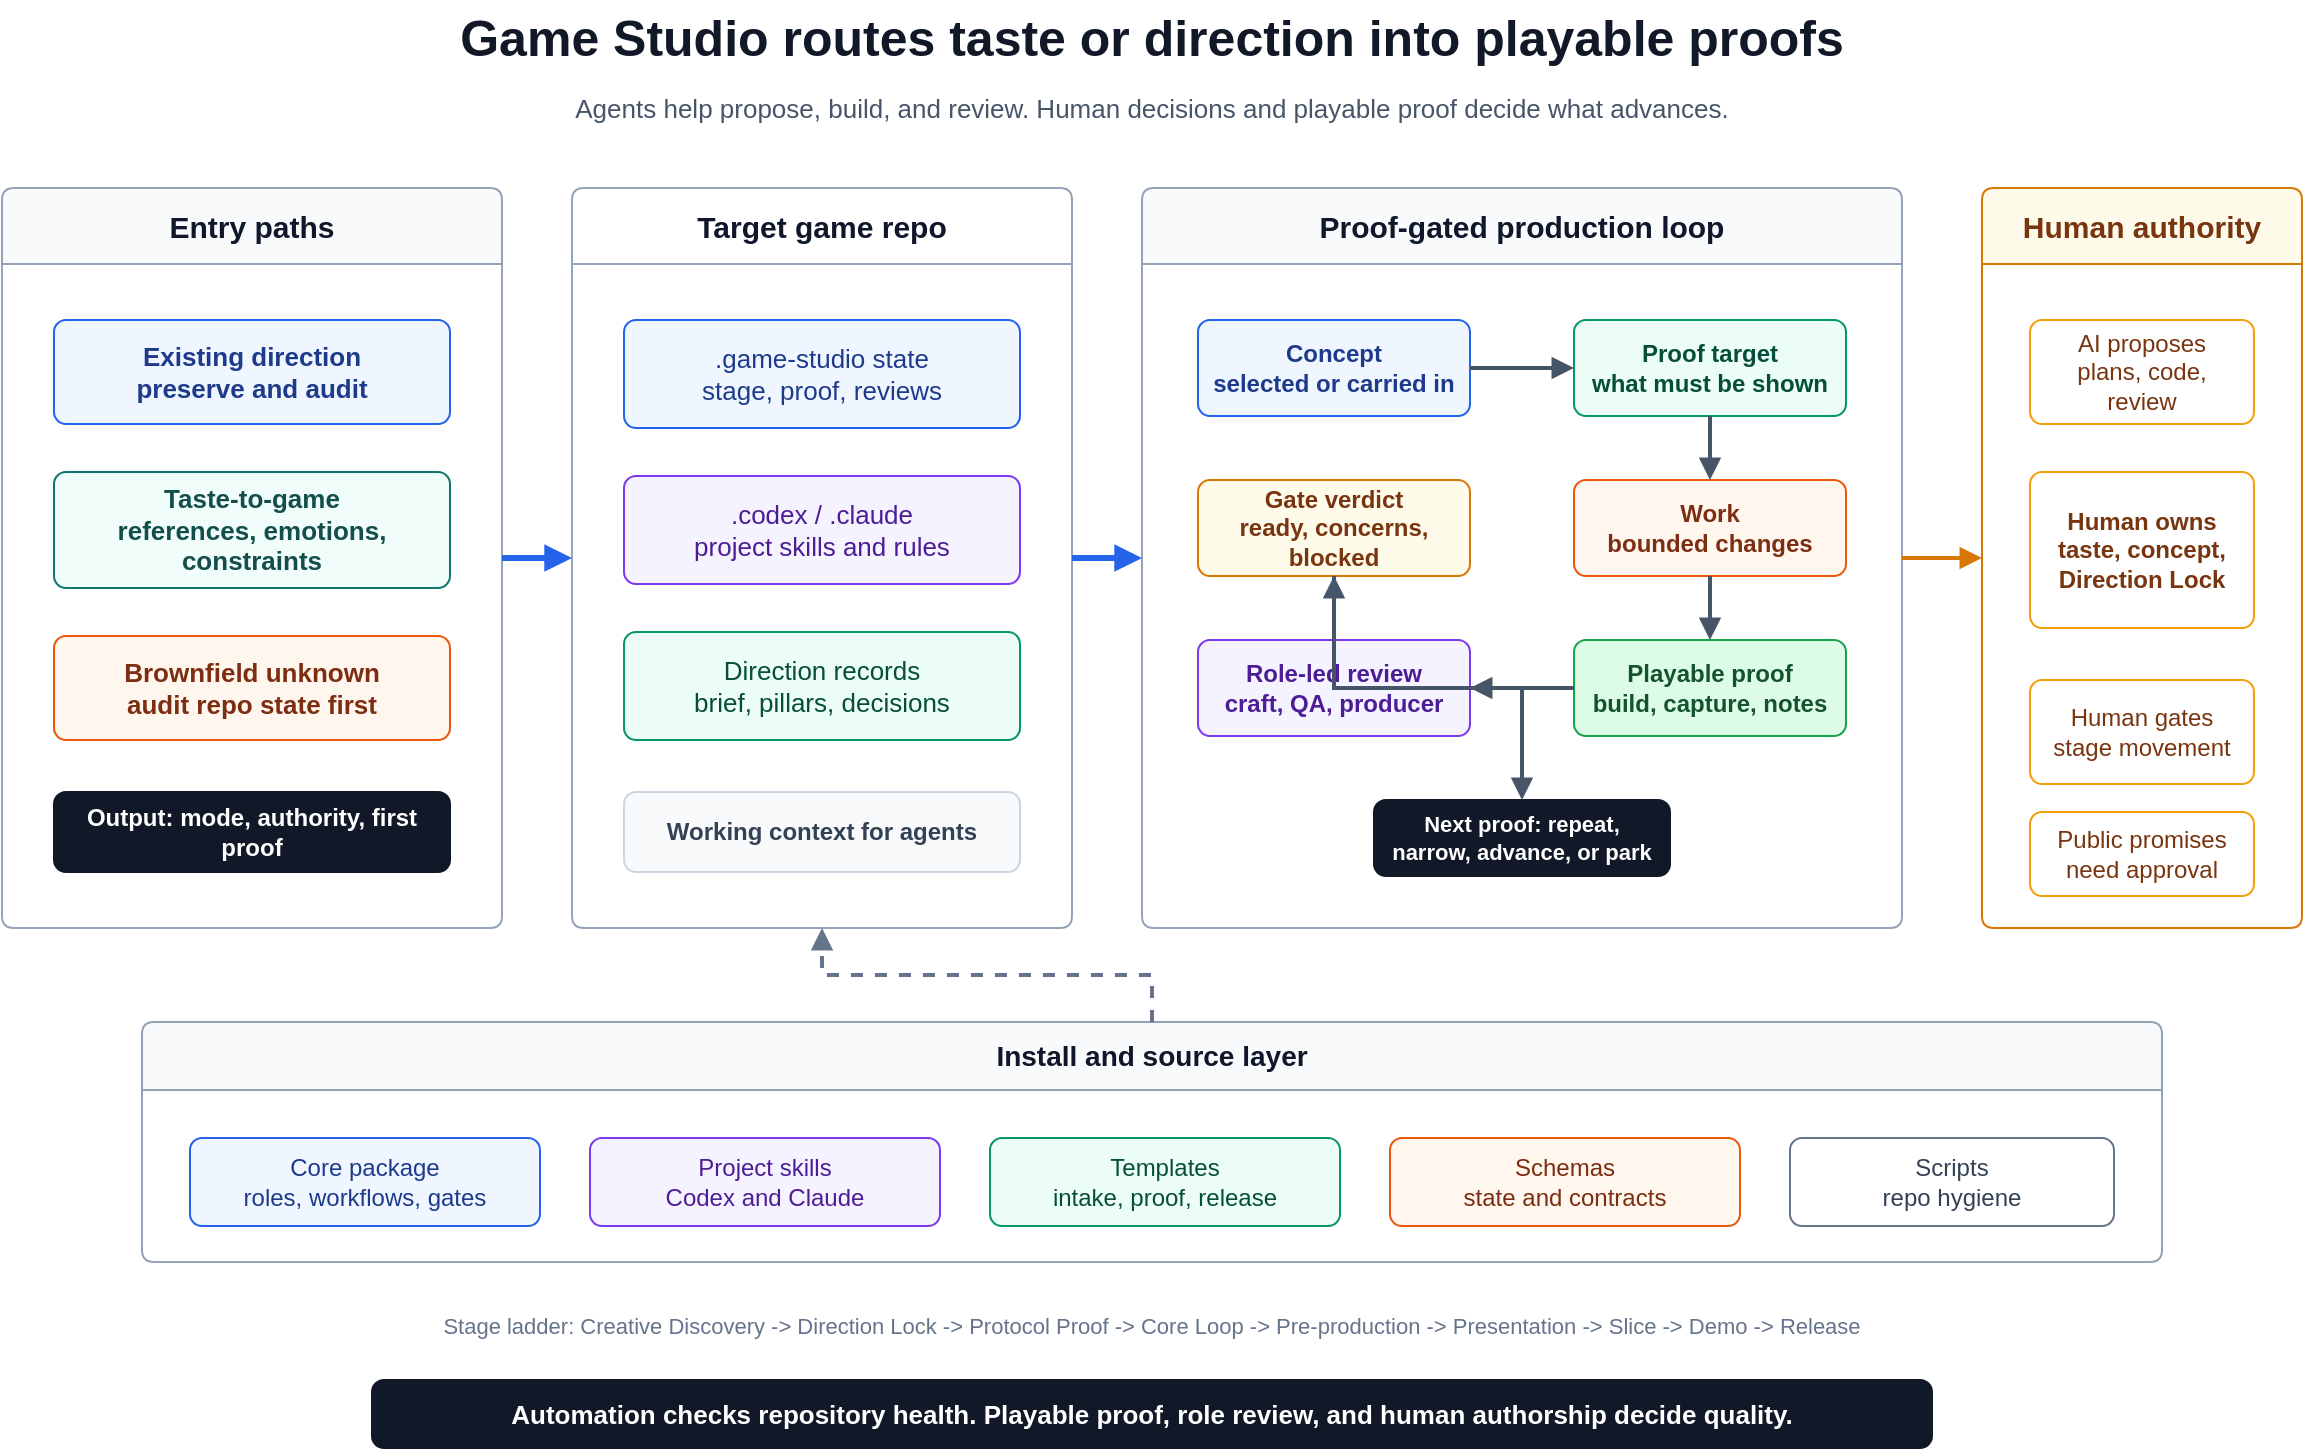
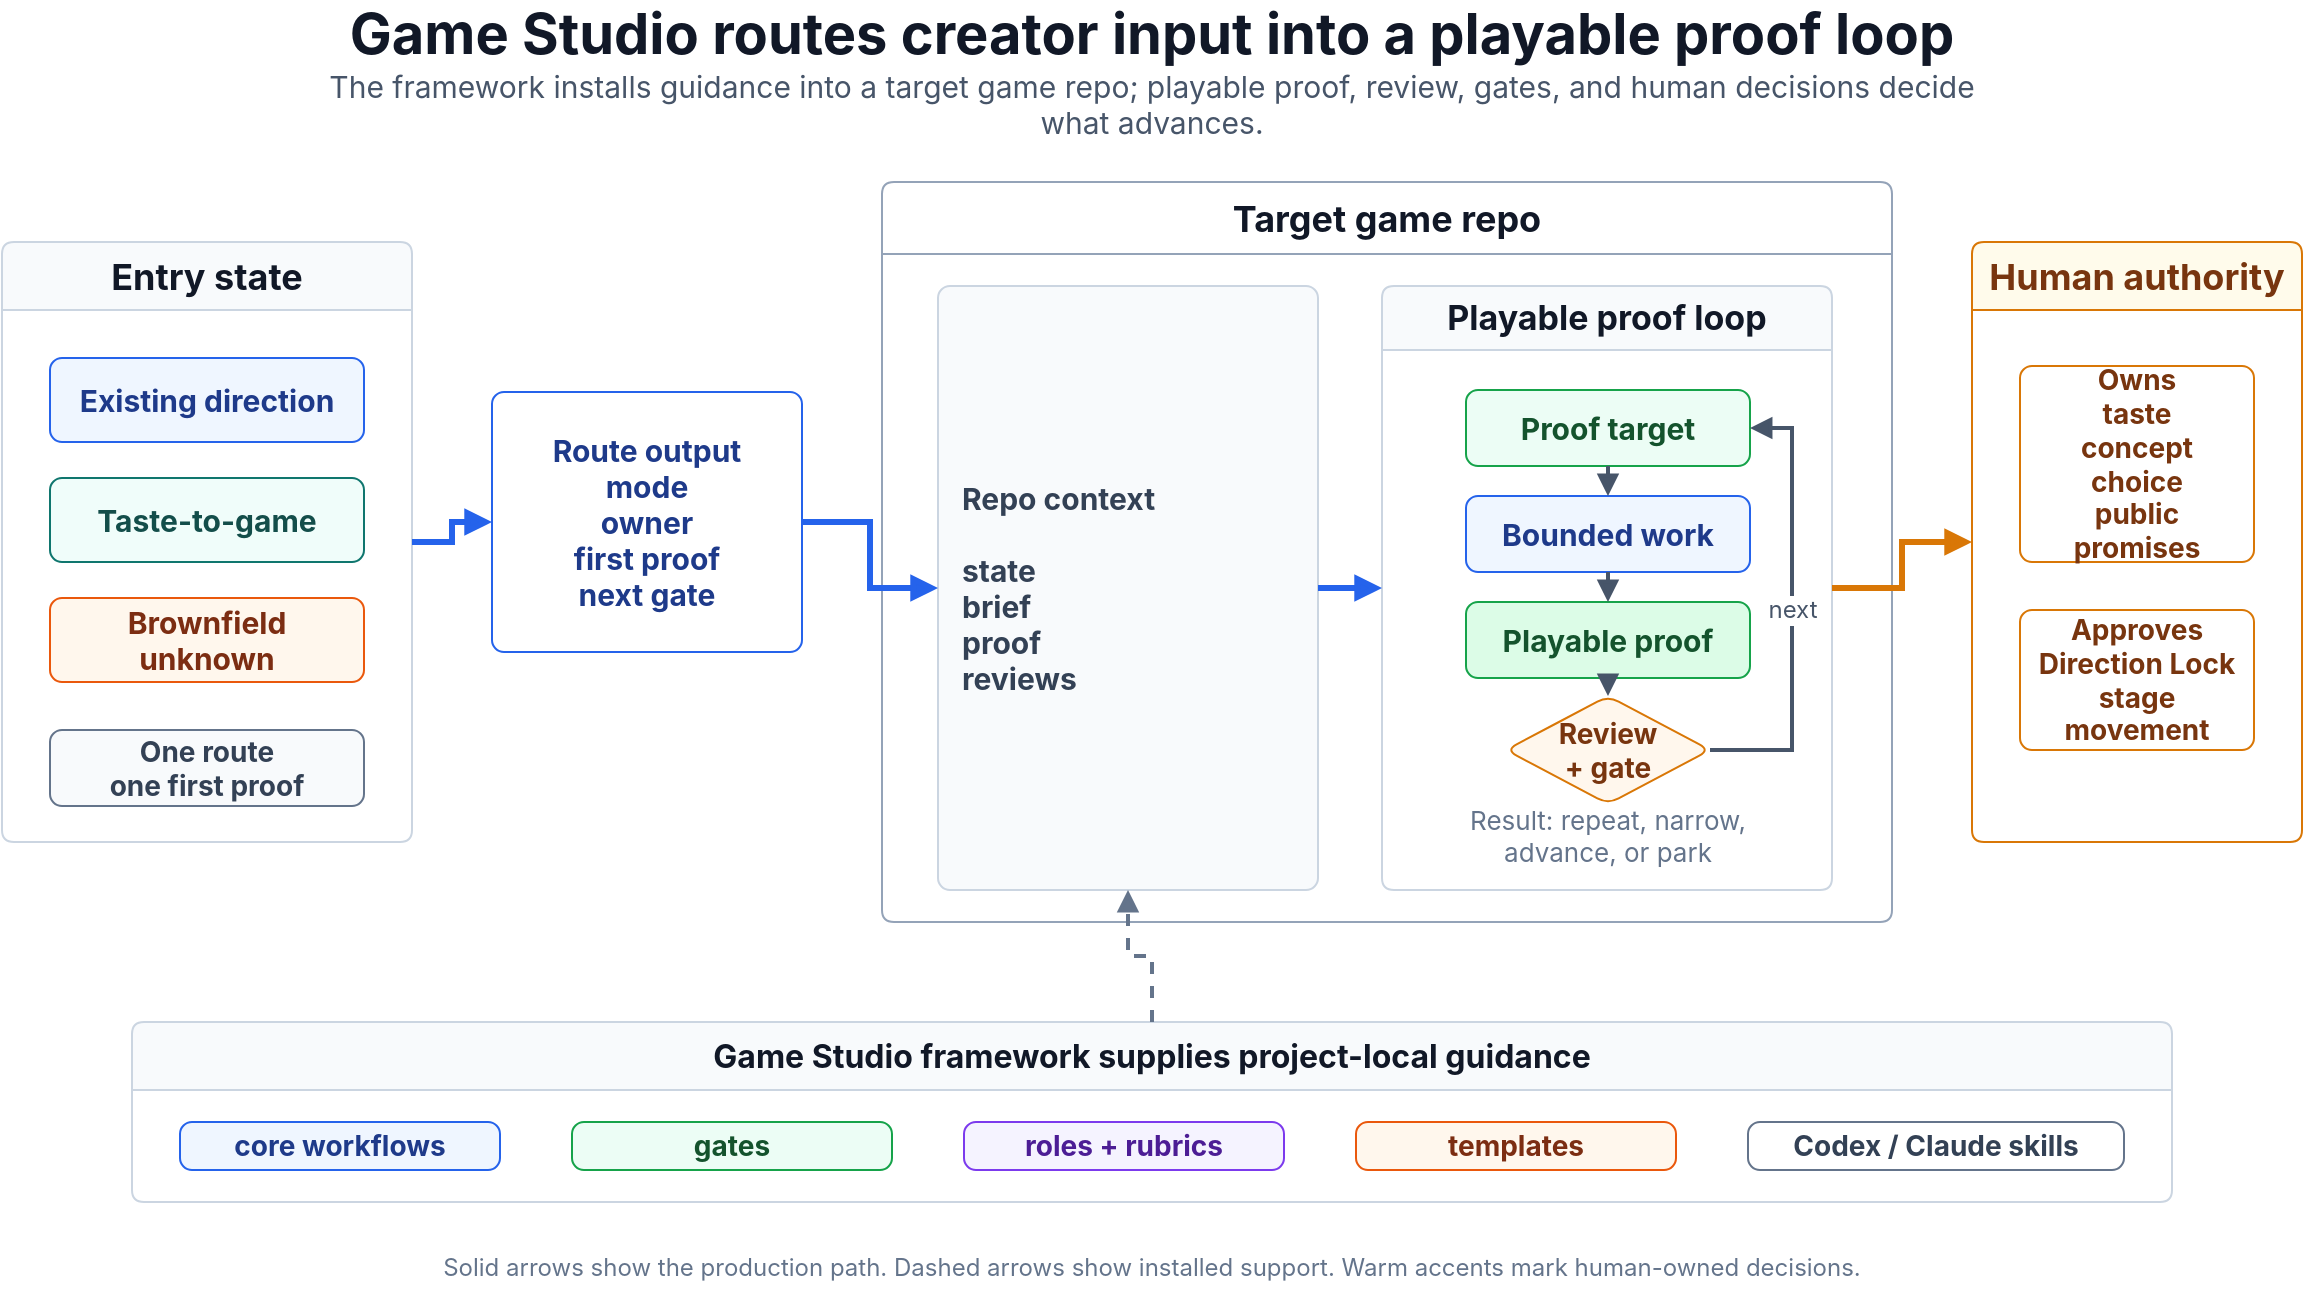
<mxfile host="app.diagrams.net" modified="2026-05-05T00:00:00.000Z" agent="Codex" version="24.7.17" type="device">
  <diagram id="game-studio-system-map" name="Game Studio system map">
-     <mxGraphModel dx="1240" dy="760" grid="1" gridSize="10" guides="1" tooltips="1" connect="1" arrows="1" fold="1" page="1" pageScale="1" pageWidth="1240" pageHeight="760" math="0" shadow="0" adaptiveColors="auto">
+     <mxGraphModel dx="1240" dy="690" grid="1" gridSize="10" guides="1" tooltips="1" connect="1" arrows="1" fold="1" page="1" pageScale="1" pageWidth="1240" pageHeight="690" math="0" shadow="0" adaptiveColors="auto">
      <root>
        <mxCell id="0" />
        <mxCell id="1" parent="0" />
-         <mxCell id="title" value="Game Studio routes taste or direction into playable proofs" style="text;html=1;strokeColor=none;fillColor=none;align=center;verticalAlign=middle;whiteSpace=wrap;rounded=0;fontSize=25;fontStyle=1;fontColor=#111827;" vertex="1" parent="1">
-           <mxGeometry x="80" y="24" width="1080" height="36" as="geometry" />
+         <mxCell id="title" value="Game Studio routes creator input into a playable proof loop" style="text;html=1;fontFamily=Inter,Helvetica,Arial;strokeColor=none;fillColor=none;align=center;verticalAlign=middle;whiteSpace=wrap;rounded=0;fontSize=28;fontStyle=1;fontColor=#111827;" vertex="1" parent="1">
+           <mxGeometry x="80" y="24" width="1080" height="34" as="geometry" />
        </mxCell>
-         <mxCell id="subtitle" value="Agents help propose, build, and review. Human decisions and playable proof decide what advances." style="text;html=1;strokeColor=none;fillColor=none;align=center;verticalAlign=middle;whiteSpace=wrap;rounded=0;fontSize=13;fontColor=#475569;" vertex="1" parent="1">
-           <mxGeometry x="210" y="64" width="820" height="28" as="geometry" />
+         <mxCell id="subtitle" value="The framework installs guidance into a target game repo; playable proof, review, gates, and human decisions decide what advances." style="text;html=1;fontFamily=Inter,Helvetica,Arial;strokeColor=none;fillColor=none;align=center;verticalAlign=middle;whiteSpace=wrap;rounded=0;fontSize=15;fontColor=#475569;" vertex="1" parent="1">
+           <mxGeometry x="190" y="62" width="860" height="28" as="geometry" />
        </mxCell>
-         <mxCell id="entry-zone" value="Entry paths" style="swimlane;html=1;rounded=1;absoluteArcSize=1;arcSize=12;spacing=8;startSize=38;whiteSpace=wrap;container=1;collapsible=0;recursiveResize=0;fillColor=#F8FAFC;strokeColor=#94A3B8;fontStyle=1;fontSize=15;fontColor=#0F172A;" vertex="1" parent="1">
-           <mxGeometry x="45" y="118" width="250" height="370" as="geometry" />
+         <mxCell id="entry-zone" value="Entry state" style="swimlane;html=1;fontFamily=Inter,Helvetica,Arial;rounded=1;absoluteArcSize=1;arcSize=12;spacing=8;startSize=34;whiteSpace=wrap;container=1;collapsible=0;recursiveResize=0;fillColor=#F8FAFC;strokeColor=#CBD5E1;fontStyle=1;fontSize=18;fontColor=#111827;" vertex="1" parent="1">
+           <mxGeometry x="45" y="145" width="205" height="300" as="geometry" />
        </mxCell>
-         <mxCell id="entry-direction" value="Existing direction&#xa;preserve and audit" style="rounded=1;absoluteArcSize=1;arcSize=12;whiteSpace=wrap;html=1;spacing=8;fillColor=#EFF6FF;strokeColor=#2563EB;fontColor=#1E3A8A;fontSize=13;fontStyle=1;" vertex="1" parent="entry-zone">
-           <mxGeometry x="26" y="66" width="198" height="52" as="geometry" />
+         <mxCell id="entry-direction" value="Existing direction" style="rounded=1;absoluteArcSize=1;arcSize=12;whiteSpace=wrap;html=1;fontFamily=Inter,Helvetica,Arial;spacing=8;fillColor=#EFF6FF;strokeColor=#2563EB;fontColor=#1E3A8A;fontSize=15;fontStyle=1;" vertex="1" parent="entry-zone">
+           <mxGeometry x="24" y="58" width="157" height="42" as="geometry" />
        </mxCell>
-         <mxCell id="entry-taste" value="Taste-to-game&#xa;references, emotions, constraints" style="rounded=1;absoluteArcSize=1;arcSize=12;whiteSpace=wrap;html=1;spacing=8;fillColor=#F0FDFA;strokeColor=#0F766E;fontColor=#134E4A;fontSize=13;fontStyle=1;" vertex="1" parent="entry-zone">
-           <mxGeometry x="26" y="142" width="198" height="58" as="geometry" />
+         <mxCell id="entry-taste" value="Taste-to-game" style="rounded=1;absoluteArcSize=1;arcSize=12;whiteSpace=wrap;html=1;fontFamily=Inter,Helvetica,Arial;spacing=8;fillColor=#F0FDFA;strokeColor=#0F766E;fontColor=#134E4A;fontSize=15;fontStyle=1;" vertex="1" parent="entry-zone">
+           <mxGeometry x="24" y="118" width="157" height="42" as="geometry" />
        </mxCell>
-         <mxCell id="entry-brownfield" value="Brownfield unknown&#xa;audit repo state first" style="rounded=1;absoluteArcSize=1;arcSize=12;whiteSpace=wrap;html=1;spacing=8;fillColor=#FFF7ED;strokeColor=#EA580C;fontColor=#7C2D12;fontSize=13;fontStyle=1;" vertex="1" parent="entry-zone">
-           <mxGeometry x="26" y="224" width="198" height="52" as="geometry" />
+         <mxCell id="entry-brownfield" value="Brownfield unknown" style="rounded=1;absoluteArcSize=1;arcSize=12;whiteSpace=wrap;html=1;fontFamily=Inter,Helvetica,Arial;spacing=8;fillColor=#FFF7ED;strokeColor=#EA580C;fontColor=#7C2D12;fontSize=15;fontStyle=1;" vertex="1" parent="entry-zone">
+           <mxGeometry x="24" y="178" width="157" height="42" as="geometry" />
        </mxCell>
-         <mxCell id="entry-output" value="Output: mode, authority, first proof" style="rounded=1;absoluteArcSize=1;arcSize=12;whiteSpace=wrap;html=1;spacing=8;fillColor=#111827;strokeColor=#111827;fontColor=#FFFFFF;fontSize=12;fontStyle=1;align=center;" vertex="1" parent="entry-zone">
-           <mxGeometry x="26" y="302" width="198" height="40" as="geometry" />
+         <mxCell id="entry-note" value="One route&#xa;one first proof" style="rounded=1;absoluteArcSize=1;arcSize=12;whiteSpace=wrap;html=1;fontFamily=Inter,Helvetica,Arial;spacing=8;fillColor=#F8FAFC;strokeColor=#64748B;fontColor=#334155;fontSize=14;fontStyle=1;align=center;" vertex="1" parent="entry-zone">
+           <mxGeometry x="24" y="244" width="157" height="38" as="geometry" />
        </mxCell>
-         <mxCell id="repo-zone" value="Target game repo" style="swimlane;html=1;rounded=1;absoluteArcSize=1;arcSize=12;spacing=8;startSize=38;whiteSpace=wrap;container=1;collapsible=0;recursiveResize=0;fillColor=#FFFFFF;strokeColor=#94A3B8;fontStyle=1;fontSize=15;fontColor=#0F172A;" vertex="1" parent="1">
-           <mxGeometry x="330" y="118" width="250" height="370" as="geometry" />
+         <mxCell id="route-card" value="Route output&#xa;mode&#xa;owner&#xa;first proof&#xa;next gate" style="rounded=1;absoluteArcSize=1;arcSize=12;whiteSpace=wrap;html=1;fontFamily=Inter,Helvetica,Arial;spacing=10;fillColor=#FFFFFF;strokeColor=#2563EB;fontColor=#1E3A8A;fontSize=15;fontStyle=1;align=center;verticalAlign=middle;" vertex="1" parent="1">
+           <mxGeometry x="290" y="220" width="155" height="130" as="geometry" />
        </mxCell>
-         <mxCell id="repo-state-main" value=".game-studio state&#xa;stage, proof, reviews" style="rounded=1;absoluteArcSize=1;arcSize=12;whiteSpace=wrap;html=1;spacing=8;fillColor=#EFF6FF;strokeColor=#2563EB;fontColor=#1E3A8A;fontSize=13;" vertex="1" parent="repo-zone">
-           <mxGeometry x="26" y="66" width="198" height="54" as="geometry" />
+         <mxCell id="repo-zone" value="Target game repo" style="swimlane;html=1;fontFamily=Inter,Helvetica,Arial;rounded=1;absoluteArcSize=1;arcSize=12;spacing=8;startSize=36;whiteSpace=wrap;container=1;collapsible=0;recursiveResize=0;fillColor=#FFFFFF;strokeColor=#94A3B8;fontStyle=1;fontSize=18;fontColor=#111827;" vertex="1" parent="1">
+           <mxGeometry x="485" y="115" width="505" height="370" as="geometry" />
        </mxCell>
-         <mxCell id="repo-agents" value=".codex / .claude&#xa;project skills and rules" style="rounded=1;absoluteArcSize=1;arcSize=12;whiteSpace=wrap;html=1;spacing=8;fillColor=#F5F3FF;strokeColor=#7C3AED;fontColor=#4C1D95;fontSize=13;" vertex="1" parent="repo-zone">
-           <mxGeometry x="26" y="144" width="198" height="54" as="geometry" />
+         <mxCell id="context-card" value="Repo context&#xa;&#xa;state&#xa;brief&#xa;proof&#xa;reviews" style="rounded=1;absoluteArcSize=1;arcSize=12;whiteSpace=wrap;html=1;fontFamily=Inter,Helvetica,Arial;spacing=12;fillColor=#F8FAFC;strokeColor=#CBD5E1;fontColor=#334155;fontSize=15;align=left;verticalAlign=middle;fontStyle=1;" vertex="1" parent="repo-zone">
+           <mxGeometry x="28" y="52" width="190" height="302" as="geometry" />
        </mxCell>
-         <mxCell id="repo-direction" value="Direction records&#xa;brief, pillars, decisions" style="rounded=1;absoluteArcSize=1;arcSize=12;whiteSpace=wrap;html=1;spacing=8;fillColor=#ECFDF5;strokeColor=#059669;fontColor=#064E3B;fontSize=13;" vertex="1" parent="repo-zone">
-           <mxGeometry x="26" y="222" width="198" height="54" as="geometry" />
+         <mxCell id="loop-zone" value="Playable proof loop" style="swimlane;html=1;fontFamily=Inter,Helvetica,Arial;rounded=1;absoluteArcSize=1;arcSize=12;spacing=8;startSize=32;whiteSpace=wrap;container=1;collapsible=0;recursiveResize=0;fillColor=#F8FAFC;strokeColor=#CBD5E1;fontStyle=1;fontSize=17;fontColor=#111827;" vertex="1" parent="repo-zone">
+           <mxGeometry x="250" y="52" width="225" height="302" as="geometry" />
        </mxCell>
-         <mxCell id="repo-output-main" value="Working context for agents" style="rounded=1;absoluteArcSize=1;arcSize=12;whiteSpace=wrap;html=1;spacing=8;fillColor=#F8FAFC;strokeColor=#CBD5E1;fontColor=#334155;fontSize=12;fontStyle=1;align=center;" vertex="1" parent="repo-zone">
-           <mxGeometry x="26" y="302" width="198" height="40" as="geometry" />
+         <mxCell id="loop-target" value="Proof target" style="rounded=1;absoluteArcSize=1;arcSize=12;whiteSpace=wrap;html=1;fontFamily=Inter,Helvetica,Arial;spacing=8;fillColor=#ECFDF5;strokeColor=#16A34A;fontColor=#14532D;fontSize=15;fontStyle=1;align=center;" vertex="1" parent="loop-zone">
+           <mxGeometry x="42" y="52" width="142" height="38" as="geometry" />
        </mxCell>
-         <mxCell id="loop-zone" value="Proof-gated production loop" style="swimlane;html=1;rounded=1;absoluteArcSize=1;arcSize=12;spacing=8;startSize=38;whiteSpace=wrap;container=1;collapsible=0;recursiveResize=0;fillColor=#F8FAFC;strokeColor=#94A3B8;fontStyle=1;fontSize=15;fontColor=#0F172A;" vertex="1" parent="1">
-           <mxGeometry x="615" y="118" width="380" height="370" as="geometry" />
+         <mxCell id="loop-work" value="Bounded work" style="rounded=1;absoluteArcSize=1;arcSize=12;whiteSpace=wrap;html=1;fontFamily=Inter,Helvetica,Arial;spacing=8;fillColor=#EFF6FF;strokeColor=#2563EB;fontColor=#1E3A8A;fontSize=15;fontStyle=1;align=center;" vertex="1" parent="loop-zone">
+           <mxGeometry x="42" y="105" width="142" height="38" as="geometry" />
        </mxCell>
-         <mxCell id="loop-concept" value="Concept&#xa;selected or carried in" style="rounded=1;absoluteArcSize=1;arcSize=12;whiteSpace=wrap;html=1;spacing=8;fillColor=#EFF6FF;strokeColor=#2563EB;fontColor=#1E3A8A;fontSize=12;fontStyle=1;" vertex="1" parent="loop-zone">
-           <mxGeometry x="28" y="66" width="136" height="48" as="geometry" />
+         <mxCell id="loop-proof" value="Playable proof" style="rounded=1;absoluteArcSize=1;arcSize=12;whiteSpace=wrap;html=1;fontFamily=Inter,Helvetica,Arial;spacing=8;fillColor=#DCFCE7;strokeColor=#16A34A;fontColor=#14532D;fontSize=15;fontStyle=1;align=center;" vertex="1" parent="loop-zone">
+           <mxGeometry x="42" y="158" width="142" height="38" as="geometry" />
        </mxCell>
-         <mxCell id="loop-target" value="Proof target&#xa;what must be shown" style="rounded=1;absoluteArcSize=1;arcSize=12;whiteSpace=wrap;html=1;spacing=8;fillColor=#ECFDF5;strokeColor=#059669;fontColor=#064E3B;fontSize=12;fontStyle=1;" vertex="1" parent="loop-zone">
-           <mxGeometry x="216" y="66" width="136" height="48" as="geometry" />
+         <mxCell id="loop-review" value="Review&#xa;+ gate" style="rhombus;rounded=1;absoluteArcSize=1;arcSize=12;whiteSpace=wrap;html=1;fontFamily=Inter,Helvetica,Arial;spacing=8;fillColor=#FFF7ED;strokeColor=#D97706;fontColor=#78350F;fontSize=14;fontStyle=1;align=center;" vertex="1" parent="loop-zone">
+           <mxGeometry x="62" y="205" width="102" height="54" as="geometry" />
        </mxCell>
-         <mxCell id="loop-work" value="Work&#xa;bounded changes" style="rounded=1;absoluteArcSize=1;arcSize=12;whiteSpace=wrap;html=1;spacing=8;fillColor=#FFF7ED;strokeColor=#EA580C;fontColor=#7C2D12;fontSize=12;fontStyle=1;" vertex="1" parent="loop-zone">
-           <mxGeometry x="216" y="146" width="136" height="48" as="geometry" />
+         <mxCell id="loop-caption" value="Result: repeat, narrow, advance, or park" style="text;html=1;fontFamily=Inter,Helvetica,Arial;strokeColor=none;fillColor=none;align=center;verticalAlign=middle;whiteSpace=wrap;rounded=0;fontSize=13;fontColor=#64748B;" vertex="1" parent="loop-zone">
+           <mxGeometry x="26" y="266" width="174" height="18" as="geometry" />
        </mxCell>
-         <mxCell id="loop-playable" value="Playable proof&#xa;build, capture, notes" style="rounded=1;absoluteArcSize=1;arcSize=12;whiteSpace=wrap;html=1;spacing=8;fillColor=#DCFCE7;strokeColor=#16A34A;fontColor=#14532D;fontSize=12;fontStyle=1;" vertex="1" parent="loop-zone">
-           <mxGeometry x="216" y="226" width="136" height="48" as="geometry" />
+         <mxCell id="human-zone" value="Human authority" style="swimlane;html=1;fontFamily=Inter,Helvetica,Arial;rounded=1;absoluteArcSize=1;arcSize=12;spacing=8;startSize=34;whiteSpace=wrap;container=1;collapsible=0;recursiveResize=0;fillColor=#FFFBEB;strokeColor=#D97706;fontStyle=1;fontSize=18;fontColor=#78350F;" vertex="1" parent="1">
+           <mxGeometry x="1030" y="145" width="165" height="300" as="geometry" />
        </mxCell>
-         <mxCell id="loop-review" value="Role-led review&#xa;craft, QA, producer" style="rounded=1;absoluteArcSize=1;arcSize=12;whiteSpace=wrap;html=1;spacing=8;fillColor=#F5F3FF;strokeColor=#7C3AED;fontColor=#4C1D95;fontSize=12;fontStyle=1;" vertex="1" parent="loop-zone">
-           <mxGeometry x="28" y="226" width="136" height="48" as="geometry" />
+         <mxCell id="human-owns" value="Owns&#xa;taste&#xa;concept choice&#xa;public promises" style="rounded=1;absoluteArcSize=1;arcSize=12;whiteSpace=wrap;html=1;fontFamily=Inter,Helvetica,Arial;spacing=8;fillColor=#FFFFFF;strokeColor=#D97706;fontColor=#78350F;fontSize=14;fontStyle=1;align=center;" vertex="1" parent="human-zone">
+           <mxGeometry x="24" y="62" width="117" height="98" as="geometry" />
        </mxCell>
-         <mxCell id="loop-gate" value="Gate verdict&#xa;ready, concerns, blocked" style="rounded=1;absoluteArcSize=1;arcSize=12;whiteSpace=wrap;html=1;spacing=8;fillColor=#FFFBEB;strokeColor=#D97706;fontColor=#78350F;fontSize=12;fontStyle=1;" vertex="1" parent="loop-zone">
-           <mxGeometry x="28" y="146" width="136" height="48" as="geometry" />
+         <mxCell id="human-stage" value="Approves&#xa;Direction Lock&#xa;stage movement" style="rounded=1;absoluteArcSize=1;arcSize=12;whiteSpace=wrap;html=1;fontFamily=Inter,Helvetica,Arial;spacing=8;fillColor=#FFFFFF;strokeColor=#D97706;fontColor=#78350F;fontSize=14;fontStyle=1;align=center;" vertex="1" parent="human-zone">
+           <mxGeometry x="24" y="184" width="117" height="70" as="geometry" />
        </mxCell>
-         <mxCell id="loop-next" value="Next proof: repeat, narrow, advance, or park" style="rounded=1;absoluteArcSize=1;arcSize=12;whiteSpace=wrap;html=1;spacing=8;fillColor=#111827;strokeColor=#111827;fontColor=#FFFFFF;fontSize=11;fontStyle=1;align=center;" vertex="1" parent="loop-zone">
-           <mxGeometry x="116" y="306" width="148" height="38" as="geometry" />
+         <mxCell id="framework-zone" value="Game Studio framework supplies project-local guidance" style="swimlane;html=1;fontFamily=Inter,Helvetica,Arial;rounded=1;absoluteArcSize=1;arcSize=12;spacing=8;startSize=34;whiteSpace=wrap;container=1;collapsible=0;recursiveResize=0;fillColor=#F8FAFC;strokeColor=#CBD5E1;fontStyle=1;fontSize=16;fontColor=#111827;" vertex="1" parent="1">
+           <mxGeometry x="110" y="535" width="1020" height="90" as="geometry" />
        </mxCell>
-         <mxCell id="authority-zone" value="Human authority" style="swimlane;html=1;rounded=1;absoluteArcSize=1;arcSize=12;spacing=8;startSize=38;whiteSpace=wrap;container=1;collapsible=0;recursiveResize=0;fillColor=#FFFBEB;strokeColor=#D97706;fontStyle=1;fontSize=15;fontColor=#78350F;" vertex="1" parent="1">
-           <mxGeometry x="1035" y="118" width="160" height="370" as="geometry" />
+         <mxCell id="framework-workflows" value="core workflows" style="rounded=1;absoluteArcSize=1;arcSize=12;whiteSpace=wrap;html=1;fontFamily=Inter,Helvetica,Arial;spacing=8;fillColor=#EFF6FF;strokeColor=#2563EB;fontColor=#1E3A8A;fontSize=14;fontStyle=1;align=center;" vertex="1" parent="framework-zone">
+           <mxGeometry x="24" y="50" width="160" height="24" as="geometry" />
        </mxCell>
-         <mxCell id="authority-agent" value="AI proposes&#xa;plans, code, review" style="rounded=1;absoluteArcSize=1;arcSize=12;whiteSpace=wrap;html=1;spacing=8;fillColor=#FFFFFF;strokeColor=#F59E0B;fontColor=#78350F;fontSize=12;" vertex="1" parent="authority-zone">
-           <mxGeometry x="24" y="66" width="112" height="52" as="geometry" />
+         <mxCell id="framework-gates" value="gates" style="rounded=1;absoluteArcSize=1;arcSize=12;whiteSpace=wrap;html=1;fontFamily=Inter,Helvetica,Arial;spacing=8;fillColor=#ECFDF5;strokeColor=#16A34A;fontColor=#14532D;fontSize=14;fontStyle=1;align=center;" vertex="1" parent="framework-zone">
+           <mxGeometry x="220" y="50" width="160" height="24" as="geometry" />
        </mxCell>
-         <mxCell id="authority-human" value="Human owns&#xa;taste, concept, Direction Lock" style="rounded=1;absoluteArcSize=1;arcSize=12;whiteSpace=wrap;html=1;spacing=8;fillColor=#FFFFFF;strokeColor=#F59E0B;fontColor=#78350F;fontSize=12;fontStyle=1;" vertex="1" parent="authority-zone">
-           <mxGeometry x="24" y="142" width="112" height="78" as="geometry" />
+         <mxCell id="framework-roles" value="roles + rubrics" style="rounded=1;absoluteArcSize=1;arcSize=12;whiteSpace=wrap;html=1;fontFamily=Inter,Helvetica,Arial;spacing=8;fillColor=#F5F3FF;strokeColor=#7C3AED;fontColor=#4C1D95;fontSize=14;fontStyle=1;align=center;" vertex="1" parent="framework-zone">
+           <mxGeometry x="416" y="50" width="160" height="24" as="geometry" />
        </mxCell>
-         <mxCell id="authority-stage" value="Human gates&#xa;stage movement" style="rounded=1;absoluteArcSize=1;arcSize=12;whiteSpace=wrap;html=1;spacing=8;fillColor=#FFFFFF;strokeColor=#F59E0B;fontColor=#78350F;fontSize=12;" vertex="1" parent="authority-zone">
-           <mxGeometry x="24" y="246" width="112" height="52" as="geometry" />
+         <mxCell id="framework-templates" value="templates" style="rounded=1;absoluteArcSize=1;arcSize=12;whiteSpace=wrap;html=1;fontFamily=Inter,Helvetica,Arial;spacing=8;fillColor=#FFF7ED;strokeColor=#EA580C;fontColor=#7C2D12;fontSize=14;fontStyle=1;align=center;" vertex="1" parent="framework-zone">
+           <mxGeometry x="612" y="50" width="160" height="24" as="geometry" />
        </mxCell>
-         <mxCell id="authority-public" value="Public promises&#xa;need approval" style="rounded=1;absoluteArcSize=1;arcSize=12;whiteSpace=wrap;html=1;spacing=8;fillColor=#FFFFFF;strokeColor=#F59E0B;fontColor=#78350F;fontSize=12;" vertex="1" parent="authority-zone">
-           <mxGeometry x="24" y="312" width="112" height="42" as="geometry" />
+         <mxCell id="framework-skills" value="Codex / Claude skills" style="rounded=1;absoluteArcSize=1;arcSize=12;whiteSpace=wrap;html=1;fontFamily=Inter,Helvetica,Arial;spacing=8;fillColor=#FFFFFF;strokeColor=#64748B;fontColor=#334155;fontSize=14;fontStyle=1;align=center;" vertex="1" parent="framework-zone">
+           <mxGeometry x="808" y="50" width="188" height="24" as="geometry" />
        </mxCell>
-         <mxCell id="substrate-zone" value="Install and source layer" style="swimlane;html=1;rounded=1;absoluteArcSize=1;arcSize=12;spacing=8;startSize=34;whiteSpace=wrap;container=1;collapsible=0;recursiveResize=0;fillColor=#F8FAFC;strokeColor=#94A3B8;fontStyle=1;fontSize=14;fontColor=#0F172A;" vertex="1" parent="1">
-           <mxGeometry x="115" y="535" width="1010" height="120" as="geometry" />
+         <mxCell id="legend" value="Solid arrows show the production path. Dashed arrows show installed support. Warm accents mark human-owned decisions." style="text;html=1;fontFamily=Inter,Helvetica,Arial;strokeColor=none;fillColor=none;align=center;verticalAlign=middle;whiteSpace=wrap;rounded=0;fontSize=12;fontColor=#64748B;" vertex="1" parent="1">
+           <mxGeometry x="235" y="646" width="770" height="24" as="geometry" />
        </mxCell>
-         <mxCell id="sub-core" value="Core package&#xa;roles, workflows, gates" style="rounded=1;absoluteArcSize=1;arcSize=12;whiteSpace=wrap;html=1;spacing=8;fillColor=#EFF6FF;strokeColor=#2563EB;fontColor=#1E3A8A;fontSize=12;" vertex="1" parent="substrate-zone">
-           <mxGeometry x="24" y="58" width="175" height="44" as="geometry" />
-         </mxCell>
-         <mxCell id="sub-skills" value="Project skills&#xa;Codex and Claude" style="rounded=1;absoluteArcSize=1;arcSize=12;whiteSpace=wrap;html=1;spacing=8;fillColor=#F5F3FF;strokeColor=#7C3AED;fontColor=#4C1D95;fontSize=12;" vertex="1" parent="substrate-zone">
-           <mxGeometry x="224" y="58" width="175" height="44" as="geometry" />
-         </mxCell>
-         <mxCell id="sub-templates" value="Templates&#xa;intake, proof, release" style="rounded=1;absoluteArcSize=1;arcSize=12;whiteSpace=wrap;html=1;spacing=8;fillColor=#ECFDF5;strokeColor=#059669;fontColor=#064E3B;fontSize=12;" vertex="1" parent="substrate-zone">
-           <mxGeometry x="424" y="58" width="175" height="44" as="geometry" />
-         </mxCell>
-         <mxCell id="sub-contracts" value="Schemas&#xa;state and contracts" style="rounded=1;absoluteArcSize=1;arcSize=12;whiteSpace=wrap;html=1;spacing=8;fillColor=#FFF7ED;strokeColor=#EA580C;fontColor=#7C2D12;fontSize=12;" vertex="1" parent="substrate-zone">
-           <mxGeometry x="624" y="58" width="175" height="44" as="geometry" />
-         </mxCell>
-         <mxCell id="sub-scripts" value="Scripts&#xa;repo hygiene" style="rounded=1;absoluteArcSize=1;arcSize=12;whiteSpace=wrap;html=1;spacing=8;fillColor=#FFFFFF;strokeColor=#64748B;fontColor=#334155;fontSize=12;" vertex="1" parent="substrate-zone">
-           <mxGeometry x="824" y="58" width="162" height="44" as="geometry" />
-         </mxCell>
-         <mxCell id="entry-to-repo" value="" style="edgeStyle=orthogonalEdgeStyle;rounded=0;orthogonalLoop=1;jettySize=auto;html=1;strokeColor=#2563EB;strokeWidth=3;fontColor=#1D4ED8;fontSize=12;endArrow=block;endFill=1;" edge="1" parent="1" source="entry-zone" target="repo-zone">
+         <mxCell id="entry-to-route" value="" style="edgeStyle=orthogonalEdgeStyle;rounded=0;orthogonalLoop=1;jettySize=auto;html=1;fontFamily=Inter,Helvetica,Arial;strokeColor=#2563EB;strokeWidth=3;fontColor=#1D4ED8;fontSize=13;endArrow=block;endFill=1;" edge="1" parent="1" source="entry-zone" target="route-card">
          <mxGeometry relative="1" as="geometry" />
        </mxCell>
-         <mxCell id="repo-to-loop" value="" style="edgeStyle=orthogonalEdgeStyle;rounded=0;orthogonalLoop=1;jettySize=auto;html=1;strokeColor=#2563EB;strokeWidth=3;fontColor=#1D4ED8;fontSize=12;endArrow=block;endFill=1;" edge="1" parent="1" source="repo-zone" target="loop-zone">
+         <mxCell id="route-to-context" value="" style="edgeStyle=orthogonalEdgeStyle;rounded=0;orthogonalLoop=1;jettySize=auto;html=1;fontFamily=Inter,Helvetica,Arial;strokeColor=#2563EB;strokeWidth=3;fontColor=#1D4ED8;fontSize=13;endArrow=block;endFill=1;" edge="1" parent="1" source="route-card" target="context-card">
          <mxGeometry relative="1" as="geometry" />
        </mxCell>
-         <mxCell id="loop-to-authority" value="" style="edgeStyle=orthogonalEdgeStyle;rounded=0;orthogonalLoop=1;jettySize=auto;html=1;strokeColor=#D97706;strokeWidth=2;fontColor=#92400E;fontSize=11;endArrow=block;endFill=1;" edge="1" parent="1" source="loop-zone" target="authority-zone">
+         <mxCell id="context-to-loop" value="" style="edgeStyle=orthogonalEdgeStyle;rounded=0;orthogonalLoop=1;jettySize=auto;html=1;fontFamily=Inter,Helvetica,Arial;strokeColor=#2563EB;strokeWidth=3;fontColor=#1D4ED8;fontSize=13;endArrow=block;endFill=1;" edge="1" parent="repo-zone" source="context-card" target="loop-zone">
          <mxGeometry relative="1" as="geometry" />
        </mxCell>
-         <mxCell id="substrate-to-repo" value="" style="edgeStyle=orthogonalEdgeStyle;rounded=0;orthogonalLoop=1;jettySize=auto;html=1;strokeColor=#64748B;strokeWidth=2;fontColor=#475569;fontSize=11;endArrow=block;endFill=1;dashed=1;" edge="1" parent="1" source="substrate-zone" target="repo-zone">
+         <mxCell id="loop-to-human" value="" style="edgeStyle=orthogonalEdgeStyle;rounded=0;orthogonalLoop=1;jettySize=auto;html=1;fontFamily=Inter,Helvetica,Arial;strokeColor=#D97706;strokeWidth=3;fontColor=#92400E;fontSize=13;endArrow=block;endFill=1;" edge="1" parent="1" source="loop-zone" target="human-zone">
          <mxGeometry relative="1" as="geometry" />
        </mxCell>
-         <mxCell id="edge-concept-target" value="" style="edgeStyle=orthogonalEdgeStyle;rounded=0;orthogonalLoop=1;jettySize=auto;html=1;strokeColor=#475569;strokeWidth=2;endArrow=block;endFill=1;" edge="1" parent="loop-zone" source="loop-concept" target="loop-target">
+         <mxCell id="framework-to-context" value="" style="edgeStyle=orthogonalEdgeStyle;rounded=0;orthogonalLoop=1;jettySize=auto;html=1;fontFamily=Inter,Helvetica,Arial;strokeColor=#64748B;strokeWidth=2;fontColor=#475569;fontSize=11;endArrow=block;endFill=1;dashed=1;" edge="1" parent="1" source="framework-zone" target="context-card">
          <mxGeometry relative="1" as="geometry" />
        </mxCell>
-         <mxCell id="edge-target-work" value="" style="edgeStyle=orthogonalEdgeStyle;rounded=0;orthogonalLoop=1;jettySize=auto;html=1;strokeColor=#475569;strokeWidth=2;endArrow=block;endFill=1;" edge="1" parent="loop-zone" source="loop-target" target="loop-work">
+         <mxCell id="edge-loop-target-work" value="" style="edgeStyle=orthogonalEdgeStyle;rounded=0;orthogonalLoop=1;jettySize=auto;html=1;fontFamily=Inter,Helvetica,Arial;strokeColor=#475569;strokeWidth=2;endArrow=block;endFill=1;exitX=0.5;exitY=1;entryX=0.5;entryY=0;" edge="1" parent="loop-zone" source="loop-target" target="loop-work">
          <mxGeometry relative="1" as="geometry" />
        </mxCell>
-         <mxCell id="edge-work-playable" value="" style="edgeStyle=orthogonalEdgeStyle;rounded=0;orthogonalLoop=1;jettySize=auto;html=1;strokeColor=#475569;strokeWidth=2;endArrow=block;endFill=1;" edge="1" parent="loop-zone" source="loop-work" target="loop-playable">
+         <mxCell id="edge-loop-work-proof" value="" style="edgeStyle=orthogonalEdgeStyle;rounded=0;orthogonalLoop=1;jettySize=auto;html=1;fontFamily=Inter,Helvetica,Arial;strokeColor=#475569;strokeWidth=2;endArrow=block;endFill=1;exitX=0.5;exitY=1;entryX=0.5;entryY=0;" edge="1" parent="loop-zone" source="loop-work" target="loop-proof">
          <mxGeometry relative="1" as="geometry" />
        </mxCell>
-         <mxCell id="edge-playable-review" value="" style="edgeStyle=orthogonalEdgeStyle;rounded=0;orthogonalLoop=1;jettySize=auto;html=1;strokeColor=#475569;strokeWidth=2;endArrow=block;endFill=1;" edge="1" parent="loop-zone" source="loop-playable" target="loop-review">
+         <mxCell id="edge-loop-proof-review" value="" style="edgeStyle=orthogonalEdgeStyle;rounded=0;orthogonalLoop=1;jettySize=auto;html=1;fontFamily=Inter,Helvetica,Arial;strokeColor=#475569;strokeWidth=2;endArrow=block;endFill=1;exitX=0.5;exitY=1;entryX=0.5;entryY=0;" edge="1" parent="loop-zone" source="loop-proof" target="loop-review">
          <mxGeometry relative="1" as="geometry" />
        </mxCell>
-         <mxCell id="edge-review-gate" value="" style="edgeStyle=orthogonalEdgeStyle;rounded=0;orthogonalLoop=1;jettySize=auto;html=1;strokeColor=#475569;strokeWidth=2;endArrow=block;endFill=1;" edge="1" parent="loop-zone" source="loop-review" target="loop-gate">
-           <mxGeometry relative="1" as="geometry" />
-         </mxCell>
-         <mxCell id="edge-gate-next" value="" style="edgeStyle=orthogonalEdgeStyle;rounded=0;orthogonalLoop=1;jettySize=auto;html=1;strokeColor=#475569;strokeWidth=2;endArrow=block;endFill=1;" edge="1" parent="loop-zone" source="loop-gate" target="loop-next">
-           <mxGeometry relative="1" as="geometry" />
-         </mxCell>
-         <mxCell id="stage-ladder" value="Stage ladder: Creative Discovery -&gt; Direction Lock -&gt; Protocol Proof -&gt; Core Loop -&gt; Pre-production -&gt; Presentation -&gt; Slice -&gt; Demo -&gt; Release" style="text;html=1;strokeColor=none;fillColor=none;align=center;verticalAlign=middle;whiteSpace=wrap;rounded=0;fontSize=11;fontColor=#64748B;" vertex="1" parent="1">
-           <mxGeometry x="150" y="675" width="940" height="24" as="geometry" />
-         </mxCell>
-         <mxCell id="bottom-strip" value="Automation checks repository health. Playable proof, role review, and human authorship decide quality." style="rounded=1;absoluteArcSize=1;arcSize=12;whiteSpace=wrap;html=1;spacing=8;fillColor=#111827;strokeColor=#111827;fontColor=#FFFFFF;fontSize=13;fontStyle=1;align=center;verticalAlign=middle;" vertex="1" parent="1">
-           <mxGeometry x="230" y="714" width="780" height="34" as="geometry" />
+         <mxCell id="edge-loop-review-target" value="next" style="edgeStyle=orthogonalEdgeStyle;rounded=0;orthogonalLoop=1;jettySize=auto;html=1;fontFamily=Inter,Helvetica,Arial;strokeColor=#475569;strokeWidth=2;fontColor=#475569;fontSize=12;endArrow=block;endFill=1;exitX=1;exitY=0.5;entryX=1;entryY=0.5;" edge="1" parent="loop-zone" source="loop-review" target="loop-target">
+           <mxGeometry relative="1" as="geometry">
+             <Array as="points">
+               <mxPoint x="205" y="232" />
+               <mxPoint x="205" y="71" />
+             </Array>
+           </mxGeometry>
        </mxCell>
      </root>
    </mxGraphModel>
  </diagram>
</mxfile>
